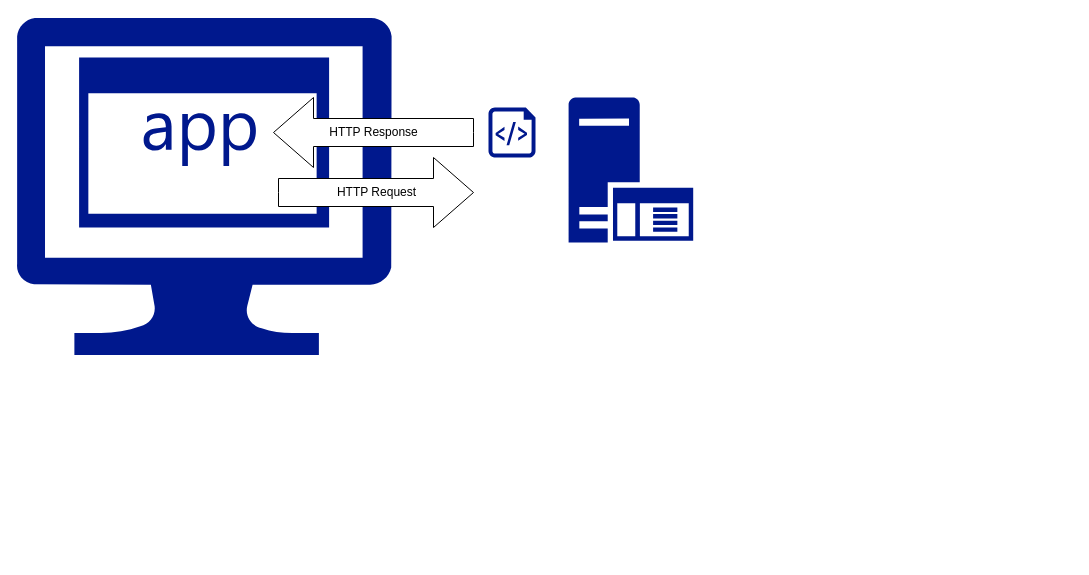
Above: diagrams/figure12-2.drawio in chrisminnick/react-js-foundations (draw.io), before the change. Source tidied: cells renumbered, new cells numbered last; positions are measured from the earlier drawing's top-left corner, leaving out a move shared by most shapes. Both pictures are drawn from the tidied source at 100%, with x=0, y=0 at pixel (16, 17).
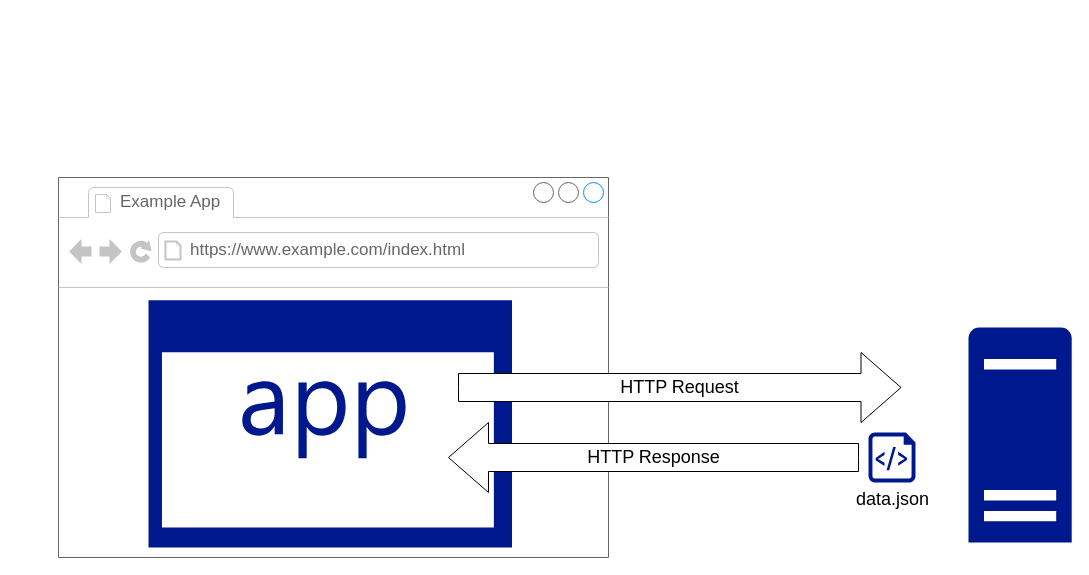
Above is the later version.

What changed in the source:
```diff
@@
 <mxGraphModel>
   <root>
     <mxCell id="0" />
     <mxCell id="1" parent="0" />
-    <mxCell id="2" style="shadow=0;dashed=0;html=1;strokeColor=none;labelPosition=center;verticalLabelPosition=bottom;verticalAlign=top;align=center;fillColor=#00188D;shape=mxgraph.azure.script_file;" parent="1" vertex="1">
-      <mxGeometry x="472" y="90" width="47" height="50" as="geometry" />
+    <mxCell id="2" value="&lt;font style=&quot;font-size: 18px&quot;&gt;data.json&lt;/font&gt;" style="shadow=0;dashed=0;html=1;strokeColor=none;labelPosition=center;verticalLabelPosition=bottom;verticalAlign=top;align=center;fillColor=#00188D;shape=mxgraph.azure.script_file;" parent="1" vertex="1">
+      <mxGeometry x="852" y="415" width="47" height="50" as="geometry" />
     </mxCell>
-    <mxCell id="3" style="shadow=0;dashed=0;html=1;strokeColor=none;labelPosition=center;verticalLabelPosition=bottom;verticalAlign=top;align=center;fillColor=#00188D;shape=mxgraph.mscae.enterprise.application_server;" parent="1" vertex="1">
-      <mxGeometry x="552" y="80" width="124.7" height="145" as="geometry" />
-    </mxCell>
-    <mxCell id="4" style="shadow=0;dashed=0;html=1;strokeColor=none;labelPosition=center;verticalLabelPosition=bottom;verticalAlign=top;align=center;fillColor=#00188D;shape=mxgraph.azure.computer;" parent="1" vertex="1">
-      <mxGeometry x="0.1" width="375" height="337.5" as="geometry" />
-    </mxCell>
+    <mxCell id="8" style="strokeWidth=1;shadow=0;dashed=0;align=center;html=1;shape=mxgraph.mockup.containers.browserWindow;rSize=0;strokeColor=#666666;strokeColor2=#008cff;strokeColor3=#c4c4c4;mainText=,;" parent="1" vertex="1">
+      <mxGeometry x="42" y="160" width="550" height="380" as="geometry" />
+    </mxCell>
+    <mxCell id="9" value="Example App" style="strokeWidth=1;shadow=0;dashed=0;align=center;html=1;shape=mxgraph.mockup.containers.anchor;fontSize=17;fontColor=#666666;align=left;" parent="8" vertex="1">
+      <mxGeometry x="60" y="12" width="110" height="26" as="geometry" />
+    </mxCell>
+    <mxCell id="10" value="https://www.example.com/index.html" style="strokeWidth=1;shadow=0;dashed=0;align=center;html=1;shape=mxgraph.mockup.containers.anchor;rSize=0;fontSize=17;fontColor=#666666;align=left;" parent="8" vertex="1">
+      <mxGeometry x="130" y="60" width="250" height="26" as="geometry" />
+    </mxCell>
-    <mxCell id="5" style="shadow=0;dashed=0;html=1;strokeColor=none;labelPosition=center;verticalLabelPosition=bottom;verticalAlign=top;align=center;fillColor=#00188D;shape=mxgraph.mscae.enterprise.application;" parent="1" vertex="1">
-      <mxGeometry x="62.6" y="40" width="250" height="170" as="geometry" />
+    <mxCell id="5" style="shadow=0;dashed=0;html=1;strokeColor=none;labelPosition=center;verticalLabelPosition=bottom;verticalAlign=top;align=center;fillColor=#00188D;shape=mxgraph.mscae.enterprise.application;" parent="8" vertex="1">
+      <mxGeometry x="90" y="122.8" width="363.5" height="247.2" as="geometry" />
     </mxCell>
-    <mxCell id="6" value="HTTP Request" style="html=1;shadow=0;dashed=0;align=center;verticalAlign=middle;shape=mxgraph.arrows2.arrow;dy=0.6;dx=40;notch=0;" parent="1" vertex="1">
-      <mxGeometry x="262" y="140" width="195" height="70" as="geometry" />
+    <mxCell id="6" value="&lt;font style=&quot;font-size: 18px&quot;&gt;HTTP Request&lt;/font&gt;" style="html=1;shadow=0;dashed=0;align=center;verticalAlign=middle;shape=mxgraph.arrows2.arrow;dy=0.6;dx=40;notch=0;" parent="1" vertex="1">
+      <mxGeometry x="442" y="335" width="442.5" height="70" as="geometry" />
     </mxCell>
-    <mxCell id="7" value="HTTP Response" style="html=1;shadow=0;dashed=0;align=center;verticalAlign=middle;shape=mxgraph.arrows2.arrow;dy=0.6;dx=40;flipH=1;notch=0;" parent="1" vertex="1">
-      <mxGeometry x="257" y="80" width="200" height="70" as="geometry" />
+    <mxCell id="7" value="&lt;font style=&quot;font-size: 18px&quot;&gt;HTTP Response&lt;/font&gt;" style="html=1;shadow=0;dashed=0;align=center;verticalAlign=middle;shape=mxgraph.arrows2.arrow;dy=0.6;dx=40;flipH=1;notch=0;" parent="1" vertex="1">
+      <mxGeometry x="432" y="405" width="410" height="70" as="geometry" />
     </mxCell>
+    <mxCell id="11" style="shadow=0;dashed=0;html=1;strokeColor=none;labelPosition=center;verticalLabelPosition=bottom;verticalAlign=top;align=center;fillColor=#00188D;shape=mxgraph.mscae.enterprise.server_generic;" parent="1" vertex="1">
+      <mxGeometry x="952" y="310" width="103.2" height="215" as="geometry" />
+    </mxCell>
   </root>
 </mxGraphModel>
```
